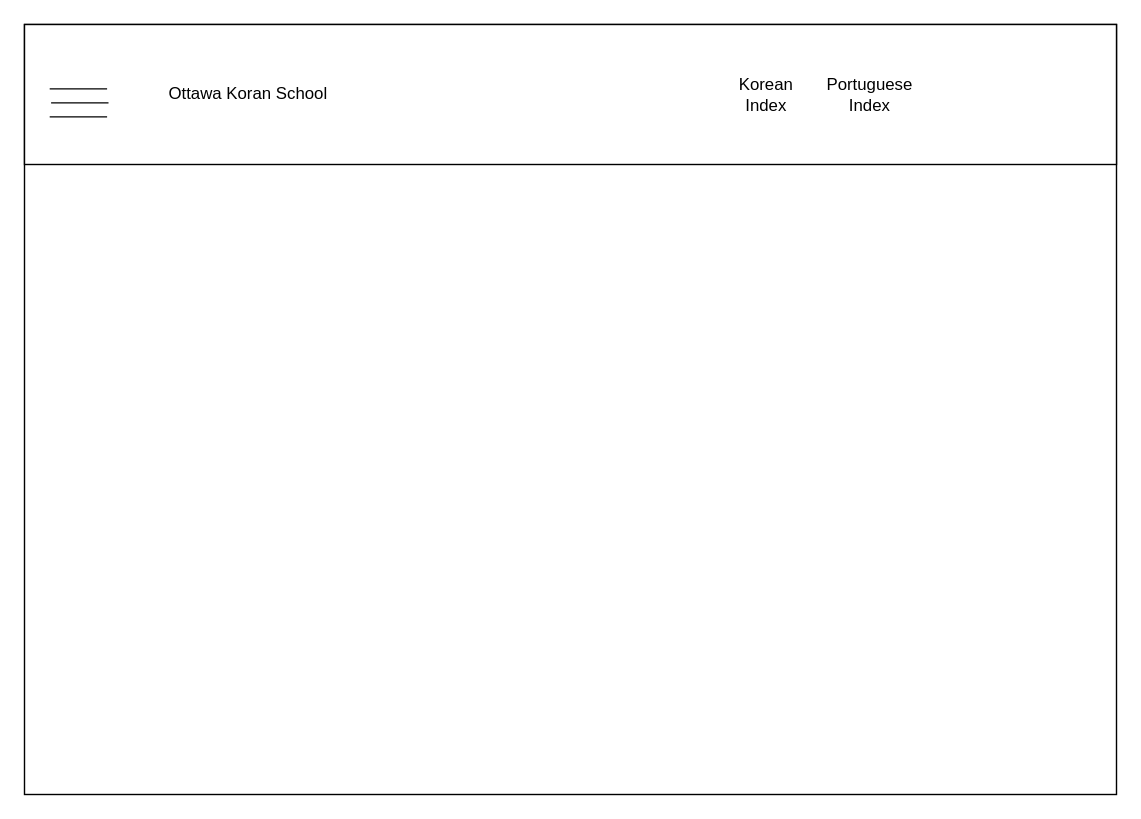
This is blueprint/mainpage.drawio from macgyver2008/KoreaSchool, a draw.io file, before an edit. Source tidied: cells renumbered, new cells numbered last; positions are measured from the earlier drawing's top-left corner, leaving out a move shared by most shapes. Both pictures are drawn from the tidied source at 140%, with x=0, y=0 at pixel (24, 24).
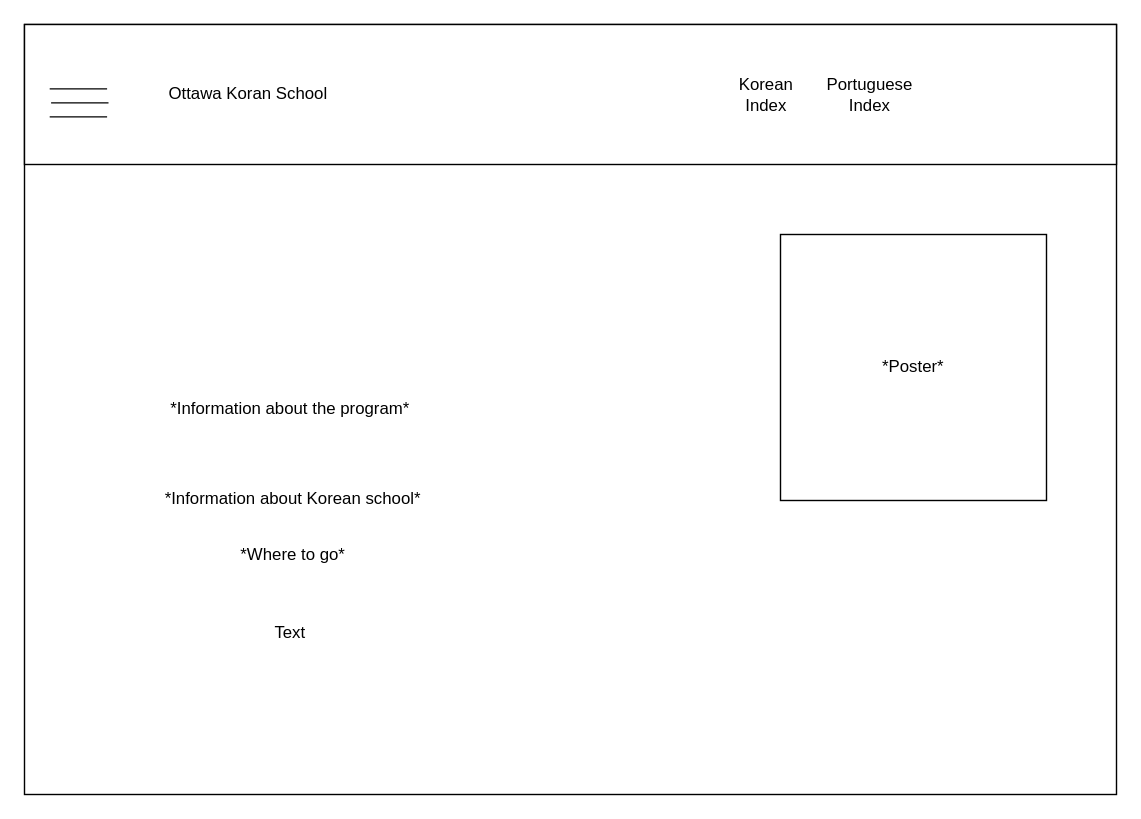
The same page after the edit.

Commit message:
init storyboard - Gabe

Diff of the diagram source:
```diff
@@
 <mxGraphModel>
   <root>
     <mxCell id="0" />
     <mxCell id="1" parent="0" />
     <mxCell id="2" style="rounded=0;whiteSpace=wrap;html=1;" parent="1" vertex="1">
       <mxGeometry width="780" height="550" as="geometry" />
     </mxCell>
     <mxCell id="3" style="rounded=0;whiteSpace=wrap;html=1;" parent="1" vertex="1">
       <mxGeometry width="780" height="100" as="geometry" />
     </mxCell>
     <mxCell id="4" value="Ottawa Koran School" style="text;html=1;strokeColor=none;fillColor=none;align=center;verticalAlign=middle;whiteSpace=wrap;rounded=0;" parent="1" vertex="1">
       <mxGeometry x="60" y="35" width="200" height="30" as="geometry" />
     </mxCell>
     <mxCell id="5" style="endArrow=none;html=1;entryX=0.055;entryY=1.1;entryDx=0;entryDy=0;entryPerimeter=0;" parent="1" edge="1">
       <mxGeometry relative="1" as="geometry">
         <mxPoint x="18" y="46" as="sourcePoint" />
         <mxPoint x="59" y="46" as="targetPoint" />
       </mxGeometry>
     </mxCell>
     <mxCell id="6" style="endArrow=none;html=1;entryX=0.055;entryY=1.1;entryDx=0;entryDy=0;entryPerimeter=0;" parent="1" edge="1">
       <mxGeometry relative="1" as="geometry">
         <mxPoint x="19" y="56" as="sourcePoint" />
         <mxPoint x="60" y="56" as="targetPoint" />
       </mxGeometry>
     </mxCell>
     <mxCell id="7" style="endArrow=none;html=1;entryX=0.055;entryY=1.1;entryDx=0;entryDy=0;entryPerimeter=0;" parent="1" edge="1">
       <mxGeometry relative="1" as="geometry">
         <mxPoint x="18" y="66" as="sourcePoint" />
         <mxPoint x="59" y="66" as="targetPoint" />
       </mxGeometry>
     </mxCell>
     <mxCell id="8" value="Korean Index" style="text;html=1;strokeColor=none;fillColor=none;align=center;verticalAlign=middle;whiteSpace=wrap;rounded=0;" parent="1" vertex="1">
       <mxGeometry x="500" y="35" width="60" height="30" as="geometry" />
     </mxCell>
     <mxCell id="9" value="Portuguese&lt;br&gt;Index" style="text;html=1;strokeColor=none;fillColor=none;align=center;verticalAlign=middle;whiteSpace=wrap;rounded=0;" parent="1" vertex="1">
       <mxGeometry x="574" y="35" width="60" height="30" as="geometry" />
     </mxCell>
+    <mxCell id="10" value="*Poster*" style="whiteSpace=wrap;html=1;" parent="1" vertex="1">
+      <mxGeometry x="540" y="150" width="190" height="190" as="geometry" />
+    </mxCell>
+    <mxCell id="11" value="*Information about the program*" style="text;html=1;strokeColor=none;fillColor=none;align=center;verticalAlign=middle;whiteSpace=wrap;rounded=0;" parent="1" vertex="1">
+      <mxGeometry x="40" y="260" width="300" height="30" as="geometry" />
+    </mxCell>
+    <mxCell id="12" value="*Information about Korean school*" style="text;html=1;strokeColor=none;fillColor=none;align=center;verticalAlign=middle;whiteSpace=wrap;rounded=0;" parent="1" vertex="1">
+      <mxGeometry x="42" y="324" width="300" height="30" as="geometry" />
+    </mxCell>
+    <mxCell id="13" value="*Where to go*" style="text;html=1;strokeColor=none;fillColor=none;align=center;verticalAlign=middle;whiteSpace=wrap;rounded=0;" parent="1" vertex="1">
+      <mxGeometry x="42" y="364" width="300" height="30" as="geometry" />
+    </mxCell>
+    <mxCell id="14" value="Text" style="text;html=1;strokeColor=none;fillColor=none;align=center;verticalAlign=middle;whiteSpace=wrap;rounded=0;" parent="1" vertex="1">
+      <mxGeometry x="160" y="420" width="60" height="30" as="geometry" />
+    </mxCell>
   </root>
 </mxGraphModel>
```
